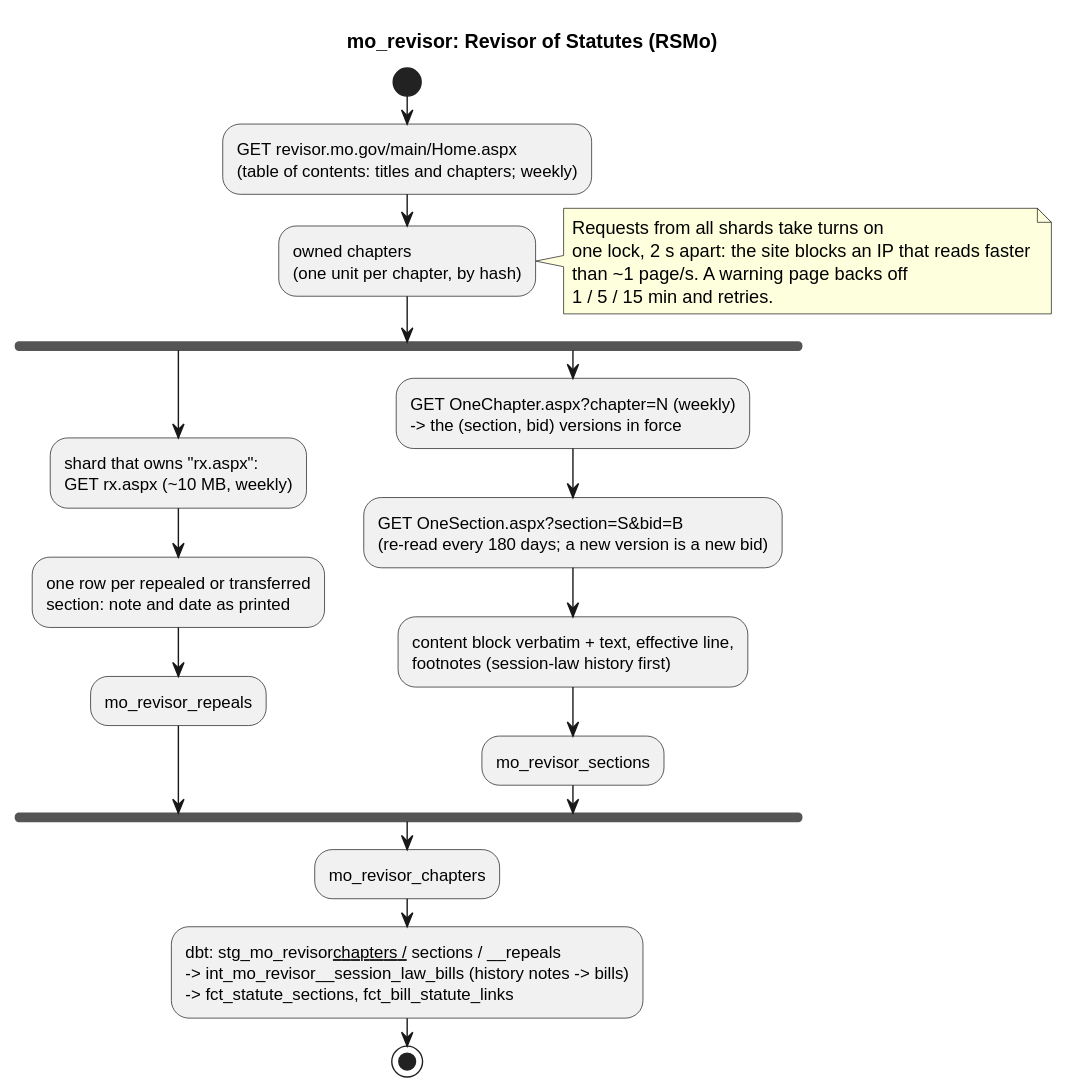
Above: docs/diagrams/sources/mo_revisor.svg in akettmann/missouri_gov_feed (PlantUML), before the change. Its source is kept beside it as docs/diagrams/sources/mo_revisor.puml.
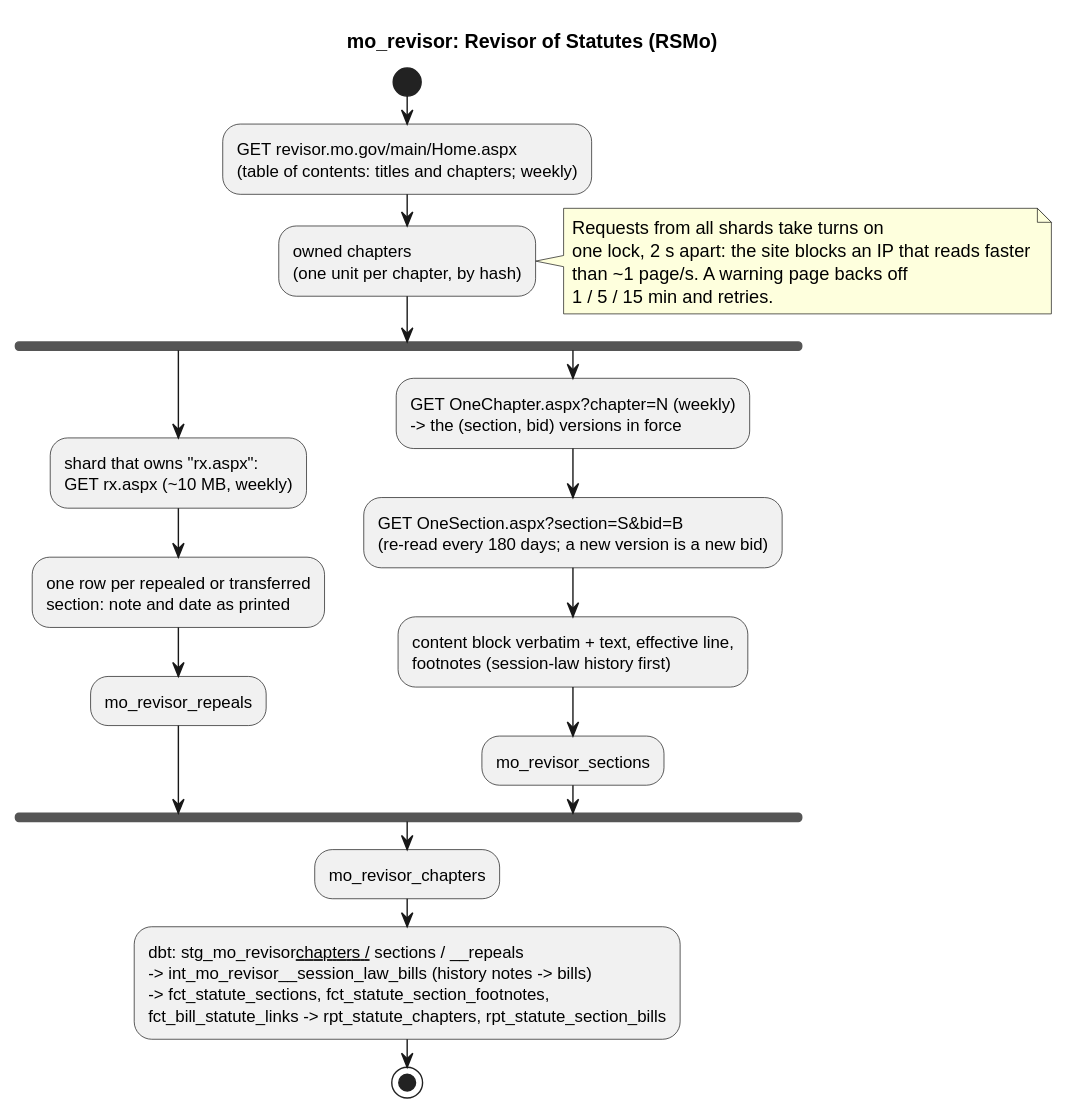
After the change.

Change to the diagram source:
```diff
@@ -29,6 +29,7 @@
 :mo_revisor_chapters;
 :dbt: stg_mo_revisor__chapters / __sections / __repeals
 -> int_mo_revisor__session_law_bills (history notes -> bills)
--> fct_statute_sections, fct_bill_statute_links;
+-> fct_statute_sections, fct_statute_section_footnotes,
+fct_bill_statute_links -> rpt_statute_chapters, rpt_statute_section_bills;
 stop
 @enduml
```
